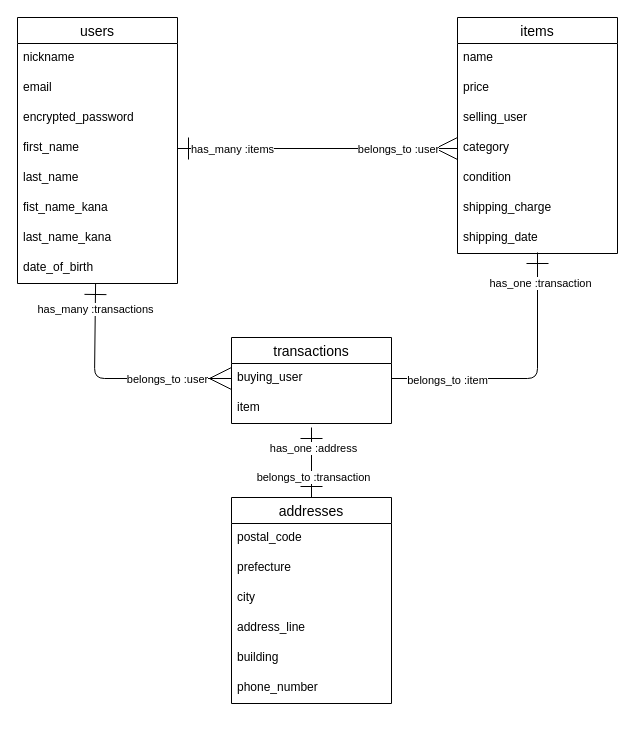
Before: ER.dio in soichiroooo/furima-38688, a draw.io diagram. Source tidied: cells renumbered, new cells numbered last; positions are measured from the earlier drawing's top-left corner, leaving out a move shared by most shapes. Both pictures are drawn from the tidied source at 100%, with x=0, y=0 at pixel (17, 17).
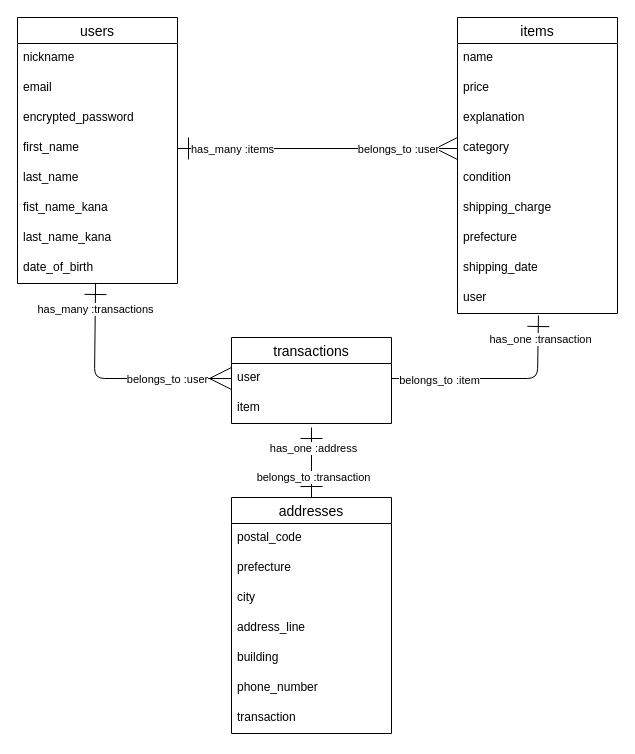
The same page after the edit.

Commit message (it also covers changes not shown here):
ER図, READMEの修正

・itemsテーブルにexplanation,prefectureカラムを追加
・itemsテーブルのカラム名をselling_userからuserへ修正
・transactionsテーブルのカラム名をbuying_userからuserへ修正
・addressテーブルにtransactionカラムを追加
・README内、ActiveHashを使用するカラムのデータ型をintegerへ変更
・README内、addressesテーブルのbuildingのnot null制約を削除

Unchanged cells that the change refers to:
```xml
<mxCell id="19" value="transactions" style="swimlane;fontStyle=0;horizontal=1;startSize=26;align=center;fontSize=14;swimlaneFillColor=default;" parent="1" vertex="1">
  <mxGeometry x="214" y="320" width="160" height="86" as="geometry" />
</mxCell>
```

What changed in the source:
```diff
@@
-<mxGraphModel background="#ffffff">
+<mxGraphModel>
@@
     <mxCell id="11" value="items" style="swimlane;fontStyle=0;horizontal=1;startSize=26;align=center;fontSize=14;swimlaneFillColor=default;gradientColor=none;" parent="1" vertex="1">
-      <mxGeometry x="440" width="160" height="236" as="geometry" />
+      <mxGeometry x="440" width="160" height="296" as="geometry" />
     </mxCell>
@@
-    <mxCell id="14" value="selling_user" style="text;strokeColor=none;fillColor=none;spacingLeft=4;spacingRight=4;overflow=hidden;points=[[0,0.5],[1,0.5]];portConstraint=eastwest;fontSize=12;" parent="11" vertex="1">
-      <mxGeometry y="86" width="160" height="30" as="geometry" />
-    </mxCell>
+    <mxCell id="41" value="explanation" style="text;strokeColor=none;fillColor=none;spacingLeft=4;spacingRight=4;overflow=hidden;fontSize=12;" parent="11" vertex="1">
+      <mxGeometry y="86" width="160" height="30" as="geometry" />
+    </mxCell>
@@
+    <mxCell id="42" value="shipping_charge" style="text;strokeColor=none;fillColor=none;spacingLeft=4;spacingRight=4;overflow=hidden;fontSize=12;" parent="11" vertex="1">
+      <mxGeometry y="176" width="160" height="30" as="geometry" />
+    </mxCell>
-    <mxCell id="17" value="shipping_charge" style="text;strokeColor=none;fillColor=none;spacingLeft=4;spacingRight=4;overflow=hidden;fontSize=12;" parent="11" vertex="1">
-      <mxGeometry y="176" width="160" height="30" as="geometry" />
+    <mxCell id="17" value="prefecture" style="text;strokeColor=none;fillColor=none;spacingLeft=4;spacingRight=4;overflow=hidden;fontSize=12;" parent="11" vertex="1">
+      <mxGeometry y="206" width="160" height="30" as="geometry" />
     </mxCell>
     <mxCell id="18" value="shipping_date" style="text;strokeColor=none;fillColor=none;spacingLeft=4;spacingRight=4;overflow=hidden;points=[[0,0.5],[1,0.5]];portConstraint=eastwest;fontSize=12;" parent="11" vertex="1">
-      <mxGeometry y="206" width="160" height="30" as="geometry" />
+      <mxGeometry y="236" width="160" height="30" as="geometry" />
     </mxCell>
+    <mxCell id="14" value="user" style="text;strokeColor=none;fillColor=none;spacingLeft=4;spacingRight=4;overflow=hidden;points=[[0,0.5],[1,0.5]];portConstraint=eastwest;fontSize=12;" parent="11" vertex="1">
+      <mxGeometry y="266" width="160" height="30" as="geometry" />
+    </mxCell>
@@
-    <mxCell id="20" value="buying_user" style="text;strokeColor=none;fillColor=none;spacingLeft=4;spacingRight=4;overflow=hidden;points=[[0,0.5],[1,0.5]];portConstraint=eastwest;fontSize=12;" parent="19" vertex="1">
+    <mxCell id="20" value="user" style="text;strokeColor=none;fillColor=none;spacingLeft=4;spacingRight=4;overflow=hidden;points=[[0,0.5],[1,0.5]];portConstraint=eastwest;fontSize=12;" parent="19" vertex="1">
       <mxGeometry y="26" width="160" height="30" as="geometry" />
     </mxCell>
@@
     <mxCell id="25" value="addresses" style="swimlane;fontStyle=0;horizontal=1;startSize=26;align=center;fontSize=14;swimlaneFillColor=default;" parent="1" vertex="1">
-      <mxGeometry x="214" y="480" width="160" height="206" as="geometry" />
+      <mxGeometry x="214" y="480" width="160" height="236" as="geometry" />
     </mxCell>
@@
+    <mxCell id="43" value="phone_number" style="text;strokeColor=none;fillColor=none;spacingLeft=4;spacingRight=4;overflow=hidden;fontSize=12;" parent="25" vertex="1">
+      <mxGeometry y="176" width="160" height="30" as="geometry" />
+    </mxCell>
-    <mxCell id="31" value="phone_number" style="text;strokeColor=none;fillColor=none;spacingLeft=4;spacingRight=4;overflow=hidden;fontSize=12;" parent="25" vertex="1">
-      <mxGeometry y="176" width="160" height="30" as="geometry" />
+    <mxCell id="31" value="transaction" style="text;strokeColor=none;fillColor=none;spacingLeft=4;spacingRight=4;overflow=hidden;fontSize=12;" parent="25" vertex="1">
+      <mxGeometry y="206" width="160" height="30" as="geometry" />
     </mxCell>
@@
-    <mxCell id="35" style="fontSize=12;html=1;endArrow=none;startSize=20;strokeWidth=1;endFill=0;jumpSize=100;targetPerimeterSpacing=0;startArrow=ERone;startFill=0;sourcePerimeterSpacing=0;endSize=20;entryX=1;entryY=0.5;entryDx=0;entryDy=0;exitX=0.5;exitY=0.967;exitDx=0;exitDy=0;exitPerimeter=0;" parent="1" edge="1" source="18" target="20">
+    <mxCell id="35" style="fontSize=12;html=1;endArrow=none;startSize=20;strokeWidth=1;endFill=0;jumpSize=100;targetPerimeterSpacing=0;startArrow=ERone;startFill=0;sourcePerimeterSpacing=0;endSize=20;entryX=1;entryY=0.5;entryDx=0;entryDy=0;exitX=0.506;exitY=1.067;exitDx=0;exitDy=0;exitPerimeter=0;" parent="1" edge="1" source="14" target="20">
       <mxGeometry relative="1" as="geometry">
         <Array as="points">
           <mxPoint x="520" y="361" />
         </Array>
       </mxGeometry>
     </mxCell>
```
